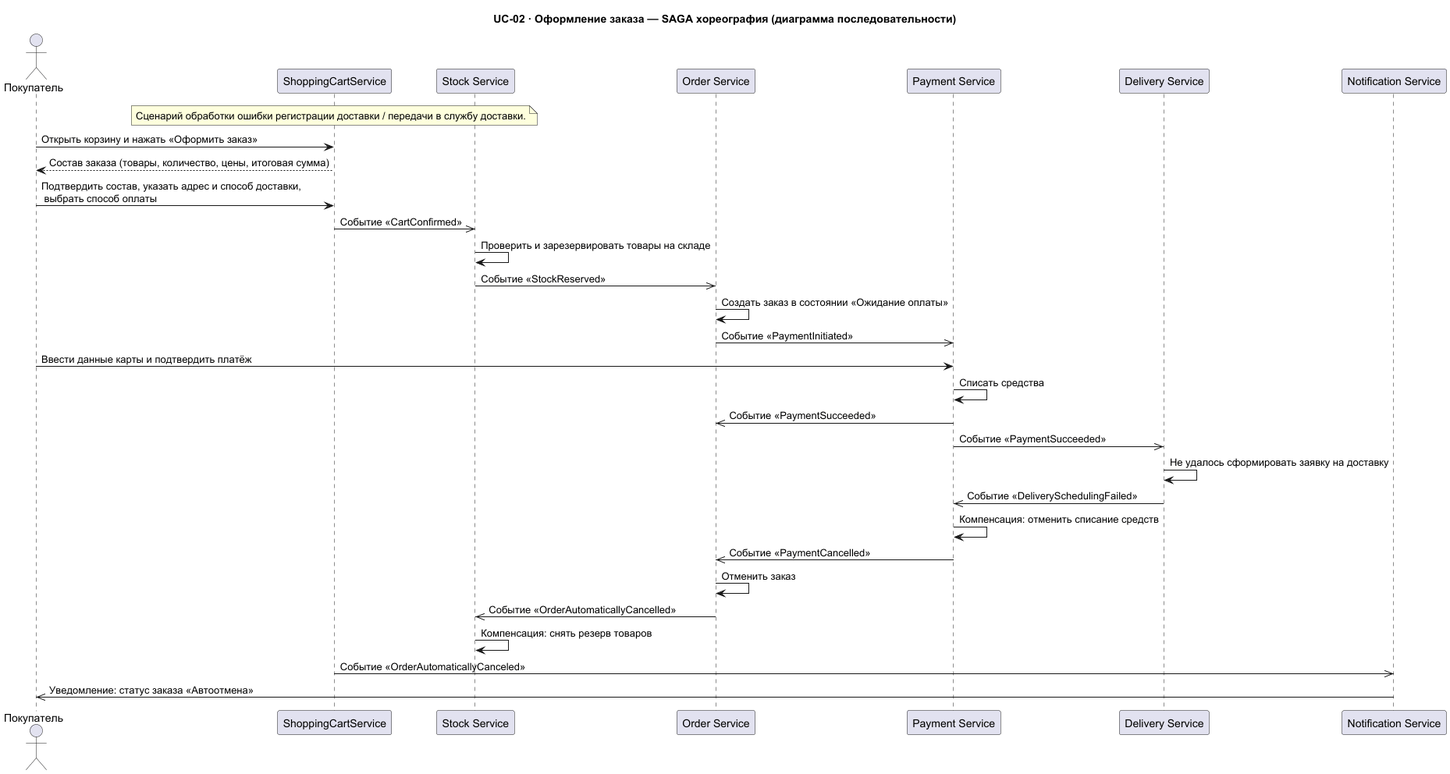
Babikoff/MSA-3-NovaMarket keeps this PlantUML diagram as Task1/seq-order-placement-choreography-delivery-scheduling-failed.png. Above is the earlier version.
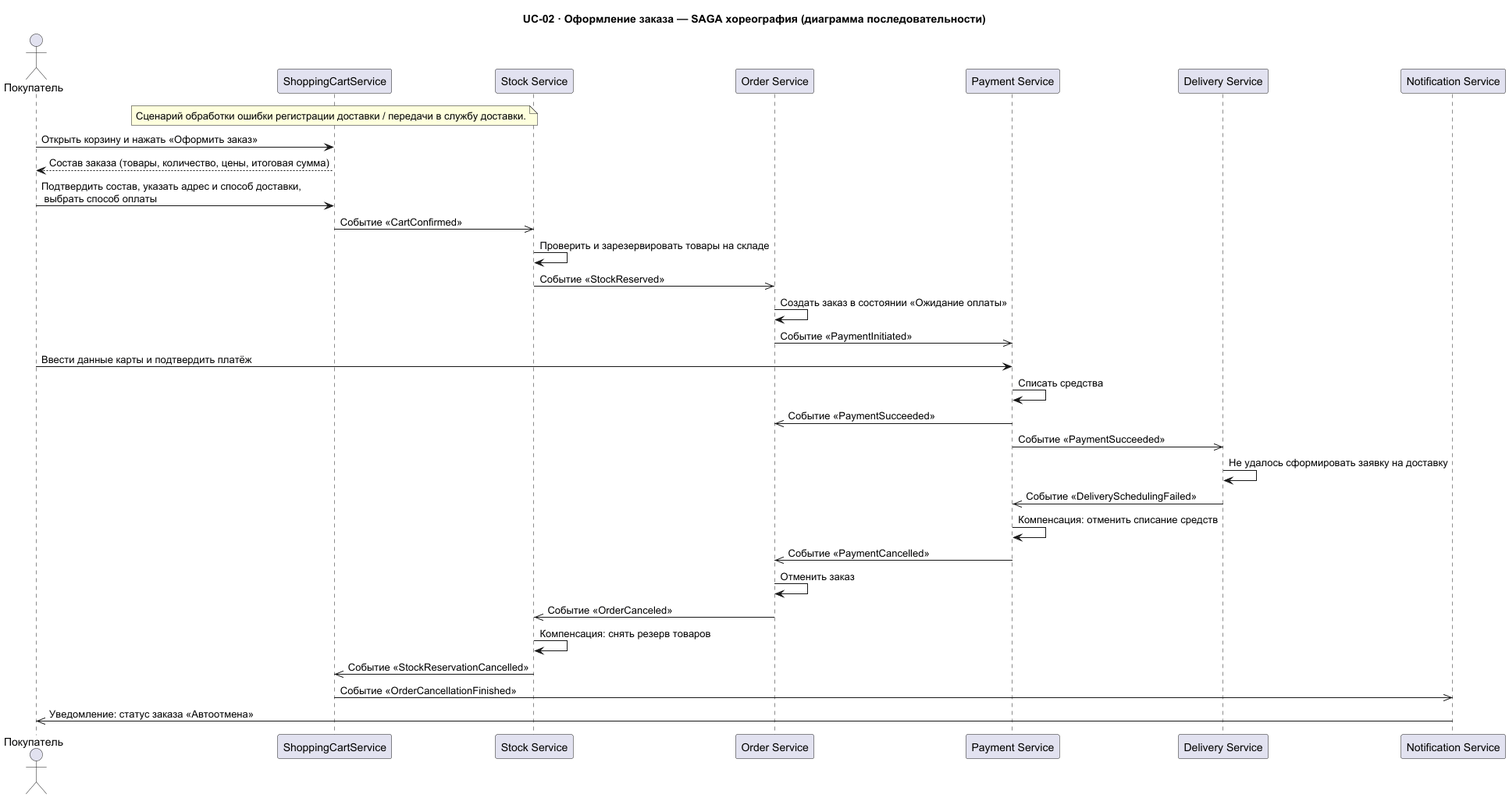
The same diagram one commit later.

Change to the diagram source:
```diff
@@ -35,10 +35,11 @@
 PaymentService -> PaymentService : Компенсация: отменить списание средств
 PaymentService ->> OrderService : Событие «PaymentCancelled»
 OrderService -> OrderService : Отменить заказ
-OrderService ->> StockService : Событие «OrderAutomaticallyCancelled»
+OrderService ->> StockService : Событие «OrderCanceled»
 StockService -> StockService : Компенсация: снять резерв товаров
+StockService ->> ShoppingCartService : Событие «StockReservationCancelled»
 
-ShoppingCartService ->> NotificationService : Событие «OrderAutomaticallyCanceled»
+ShoppingCartService ->> NotificationService : Событие «OrderCancellationFinished»
 NotificationService ->> buyer : Уведомление: статус заказа «Автоотмена»
 
 @enduml
```
